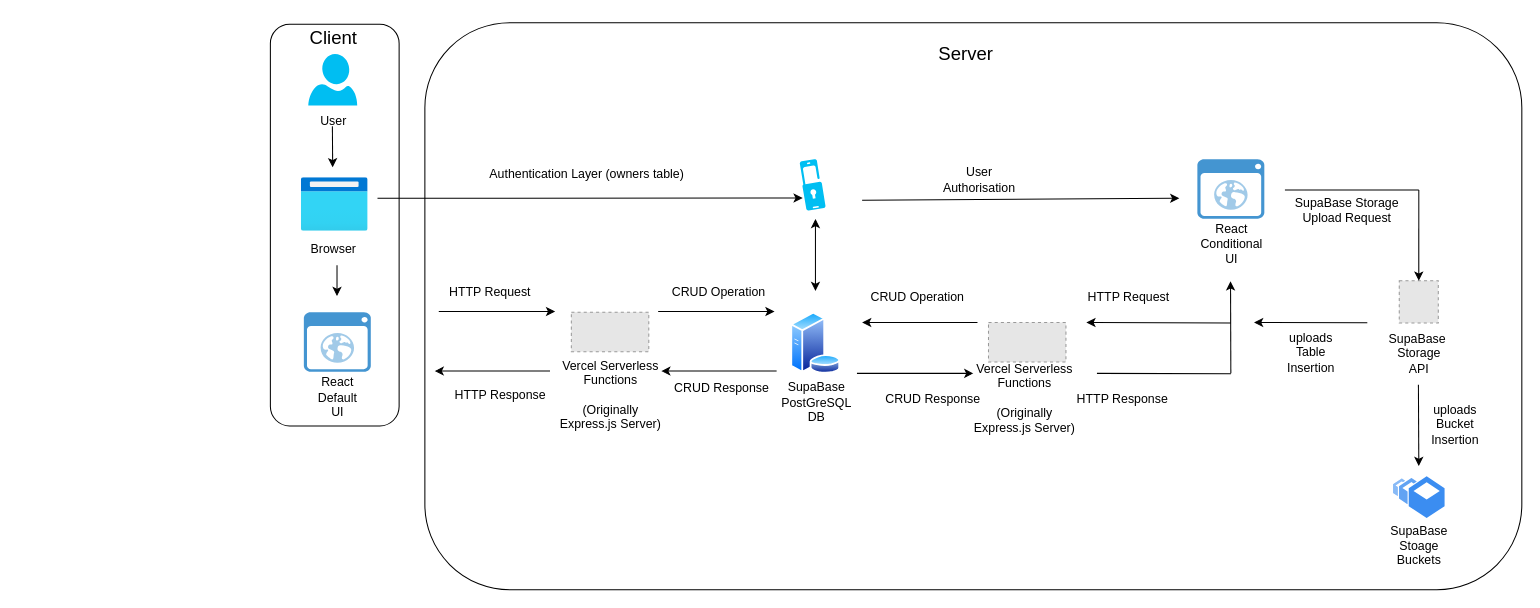
Earlier version of the draw.io diagram plan/AppFlow.drawio (jacobfield/pawsome-walks). Source tidied: cells renumbered, new cells numbered last; positions are measured from the earlier drawing's top-left corner, leaving out a move shared by most shapes. Both pictures are drawn from the tidied source at 103%, with x=0, y=0 at pixel (270, 18). Pictures stored in the file or linked from it are replaced by grey dashed boxes.
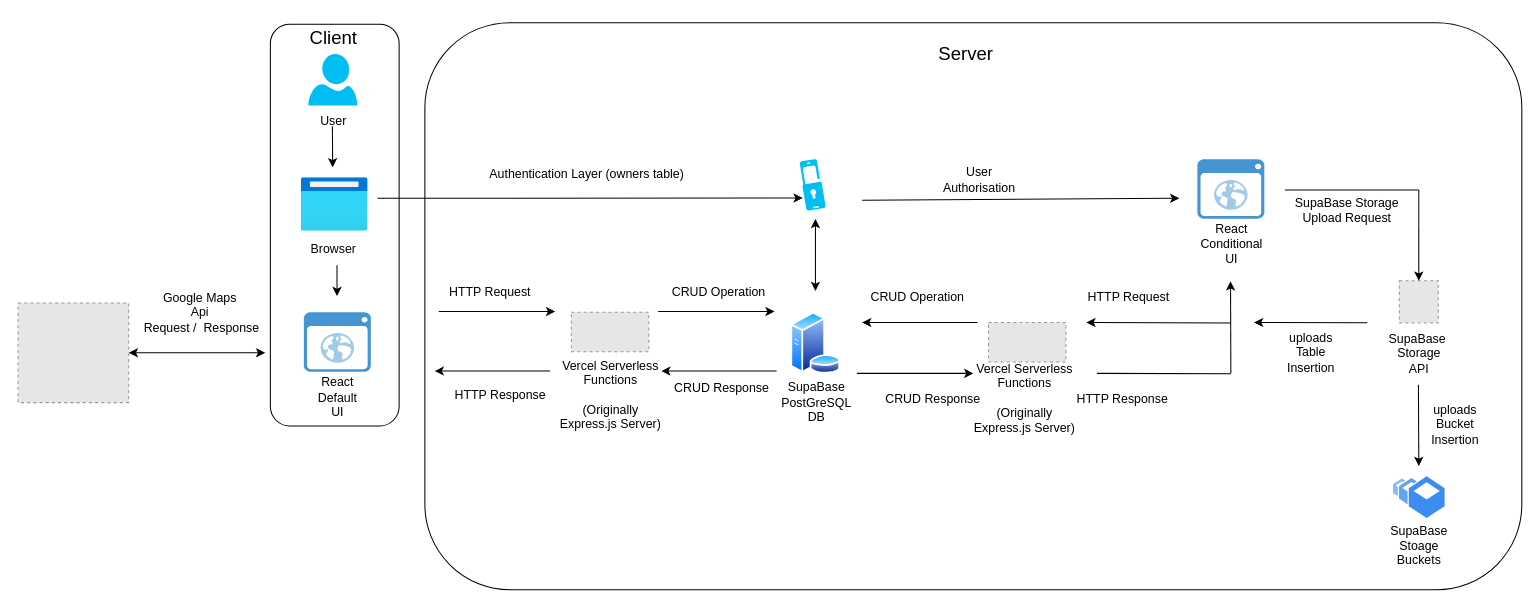
After the change.

Commit message (it also covers changes not shown here):
updated pic and app flow

Unchanged cells that the change refers to:
```xml
<mxCell id="50" style="rounded=1;whiteSpace=wrap;html=1;fillColor=none;" parent="49" vertex="1">
  <mxGeometry y="1" width="125" height="390" as="geometry" />
</mxCell>
```

Change to the diagram source:
```diff
@@
+    <mxCell id="60" style="fillColor=#E6E6E6;strokeColor=#999999;dashed=1;verticalLabelPosition=bottom;labelBackgroundColor=default;verticalAlign=top;" parent="1" vertex="1">
+      <mxGeometry x="-245" y="276.6" width="107.5" height="96.8" as="geometry" />
+    </mxCell>
+    <mxCell id="61" style="endArrow=classic;startArrow=classic;html=1;fontSize=18;exitX=1;exitY=0.5;exitDx=0;exitDy=0;entryX=-0.04;entryY=0.818;entryDx=0;entryDy=0;entryPerimeter=0;" parent="1" edge="1" source="60" target="50">
+      <mxGeometry relative="1" as="geometry" />
+    </mxCell>
+    <mxCell id="62" value="Google Maps&amp;nbsp;&lt;br&gt;Api&amp;nbsp;&lt;br&gt;Request /&amp;nbsp; Response" style="text;html=1;align=center;verticalAlign=middle;strokeColor=none;fillColor=none;" parent="1" vertex="1">
+      <mxGeometry x="-137.5" y="255.6" width="140" height="60" as="geometry" />
+    </mxCell>
```
